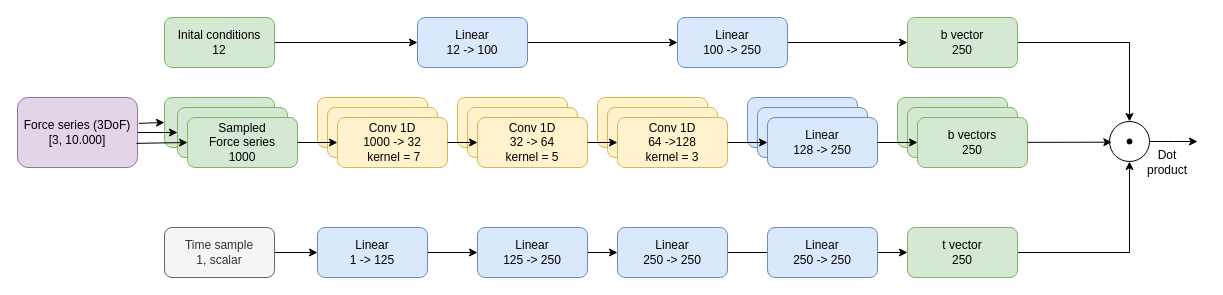
Above: report/images/diagrams/3dof_mionet.drawio in AAg-Allseas/MSc_thesis (draw.io), before the change. Source tidied: cells renumbered, new cells numbered last; positions are measured from the earlier drawing's top-left corner, leaving out a move shared by most shapes. Both pictures are drawn from the tidied source at 100%, with x=0, y=0 at pixel (17, 17).
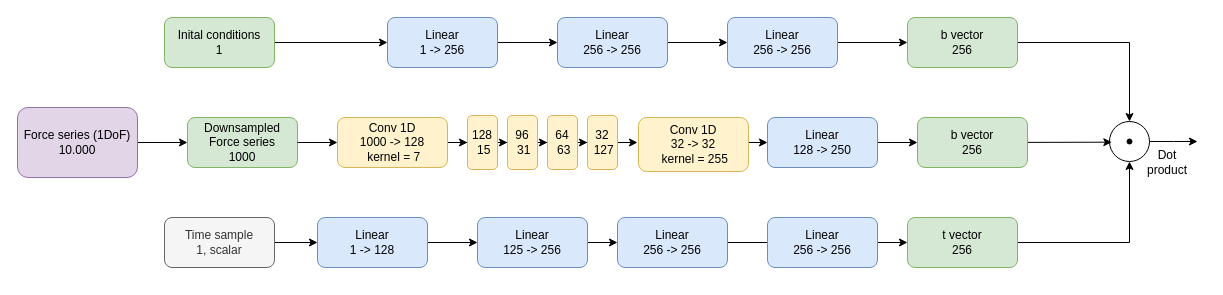
Above is the later version.

The change refers to these unchanged cells:
```xml
<mxCell id="48" style="ellipse;whiteSpace=wrap;html=1;" parent="46" vertex="1">
  <mxGeometry width="40" height="40" as="geometry" />
</mxCell>
```

The edit, as a diff of the source:
```diff
@@
-    <mxCell id="2" style="rounded=1;whiteSpace=wrap;html=1;fillColor=#d5e8d4;strokeColor=#82b366;" parent="1" vertex="1">
-      <mxGeometry x="147" y="80" width="110" height="50" as="geometry" />
-    </mxCell>
-    <mxCell id="3" style="rounded=1;whiteSpace=wrap;html=1;fillColor=#d5e8d4;strokeColor=#82b366;" parent="1" vertex="1">
-      <mxGeometry x="160" y="90" width="110" height="50" as="geometry" />
-    </mxCell>
-    <mxCell id="4" value="Sampled&lt;br&gt;Force series&lt;br&gt;1000" style="rounded=1;whiteSpace=wrap;html=1;fillColor=#d5e8d4;strokeColor=#82b366;" parent="1" vertex="1">
+    <mxCell id="4" value="Downsampled&lt;br&gt;Force series&lt;br&gt;1000" style="rounded=1;whiteSpace=wrap;html=1;fillColor=#d5e8d4;strokeColor=#82b366;" parent="1" vertex="1">
       <mxGeometry x="170" y="100" width="110" height="50" as="geometry" />
     </mxCell>
-    <mxCell id="5" style="group;fillColor=default;" parent="1" vertex="1">
-      <mxGeometry x="300" y="80" width="130" height="70" as="geometry" />
-    </mxCell>
-    <mxCell id="6" style="rounded=1;whiteSpace=wrap;html=1;fillColor=#fff2cc;strokeColor=#d6b656;" parent="5" vertex="1">
-      <mxGeometry width="110" height="50" as="geometry" />
-    </mxCell>
-    <mxCell id="7" style="rounded=1;whiteSpace=wrap;html=1;fillColor=#fff2cc;strokeColor=#d6b656;" parent="5" vertex="1">
-      <mxGeometry x="10" y="10" width="110" height="50" as="geometry" />
-    </mxCell>
-    <mxCell id="8" value="Conv 1D&lt;br&gt;1000 -&amp;gt; 32&lt;br&gt;&amp;nbsp;kernel = 7" style="rounded=1;whiteSpace=wrap;html=1;fillColor=#fff2cc;strokeColor=#d6b656;" parent="5" vertex="1">
-      <mxGeometry x="20" y="20" width="110" height="50" as="geometry" />
-    </mxCell>
-    <mxCell id="9" style="group;" parent="1" vertex="1">
-      <mxGeometry x="440" y="80" width="130" height="70" as="geometry" />
-    </mxCell>
-    <mxCell id="10" style="rounded=1;whiteSpace=wrap;html=1;fillColor=#fff2cc;strokeColor=#d6b656;" parent="9" vertex="1">
-      <mxGeometry width="110" height="50" as="geometry" />
-    </mxCell>
-    <mxCell id="11" style="rounded=1;whiteSpace=wrap;html=1;fillColor=#fff2cc;strokeColor=#d6b656;" parent="9" vertex="1">
-      <mxGeometry x="10" y="10" width="110" height="50" as="geometry" />
-    </mxCell>
-    <mxCell id="12" value="Conv 1D&lt;br&gt;32 -&amp;gt; 64&lt;br&gt;kernel = 5" style="rounded=1;whiteSpace=wrap;html=1;fillColor=#fff2cc;strokeColor=#d6b656;" parent="9" vertex="1">
-      <mxGeometry x="20" y="20" width="110" height="50" as="geometry" />
-    </mxCell>
-    <mxCell id="13" style="group;" parent="1" vertex="1">
-      <mxGeometry x="580" y="80" width="130" height="70" as="geometry" />
-    </mxCell>
-    <mxCell id="14" style="rounded=1;whiteSpace=wrap;html=1;fillColor=#fff2cc;strokeColor=#d6b656;" parent="13" vertex="1">
-      <mxGeometry width="110" height="50" as="geometry" />
-    </mxCell>
-    <mxCell id="15" style="rounded=1;whiteSpace=wrap;html=1;fillColor=#fff2cc;strokeColor=#d6b656;" parent="13" vertex="1">
-      <mxGeometry x="10" y="10" width="110" height="50" as="geometry" />
-    </mxCell>
-    <mxCell id="16" value="Conv 1D&lt;br&gt;64 -&amp;gt;128&lt;br&gt;kernel = 3" style="rounded=1;whiteSpace=wrap;html=1;fillColor=#fff2cc;strokeColor=#d6b656;" parent="13" vertex="1">
-      <mxGeometry x="20" y="20" width="110" height="50" as="geometry" />
-    </mxCell>
-    <mxCell id="17" style="group;" parent="1" vertex="1">
-      <mxGeometry x="730" y="80" width="130" height="70" as="geometry" />
-    </mxCell>
-    <mxCell id="18" style="rounded=1;whiteSpace=wrap;html=1;fillColor=#dae8fc;strokeColor=#6c8ebf;" parent="17" vertex="1">
-      <mxGeometry width="110" height="50" as="geometry" />
-    </mxCell>
-    <mxCell id="19" style="rounded=1;whiteSpace=wrap;html=1;fillColor=#dae8fc;strokeColor=#6c8ebf;" parent="17" vertex="1">
-      <mxGeometry x="10" y="10" width="110" height="50" as="geometry" />
-    </mxCell>
-    <mxCell id="20" value="Linear&lt;br&gt;128 -&amp;gt; 250" style="rounded=1;whiteSpace=wrap;html=1;fillColor=#dae8fc;strokeColor=#6c8ebf;" parent="17" vertex="1">
-      <mxGeometry x="20" y="20" width="110" height="50" as="geometry" />
-    </mxCell>
-    <mxCell id="21" style="group;" parent="1" vertex="1">
-      <mxGeometry x="880" y="80" width="130" height="70" as="geometry" />
-    </mxCell>
-    <mxCell id="22" style="rounded=1;whiteSpace=wrap;html=1;fillColor=#d5e8d4;strokeColor=#82b366;" parent="21" vertex="1">
-      <mxGeometry width="110" height="50" as="geometry" />
-    </mxCell>
-    <mxCell id="23" style="rounded=1;whiteSpace=wrap;html=1;fillColor=#d5e8d4;strokeColor=#82b366;" parent="21" vertex="1">
-      <mxGeometry x="10" y="10" width="110" height="50" as="geometry" />
-    </mxCell>
-    <mxCell id="24" value="b vectors&lt;br&gt;250" style="rounded=1;whiteSpace=wrap;html=1;fillColor=#d5e8d4;strokeColor=#82b366;" parent="21" vertex="1">
-      <mxGeometry x="20" y="20" width="110" height="50" as="geometry" />
-    </mxCell>
@@
-    <mxCell id="26" value="Inital conditions&lt;br&gt;12" style="rounded=1;whiteSpace=wrap;html=1;fillColor=#d5e8d4;strokeColor=#82b366;" parent="1" vertex="1">
+    <mxCell id="26" value="Inital conditions&lt;br&gt;1" style="rounded=1;whiteSpace=wrap;html=1;fillColor=#d5e8d4;strokeColor=#82b366;" parent="1" vertex="1">
       <mxGeometry x="147" width="110" height="50" as="geometry" />
     </mxCell>
@@
-    <mxCell id="28" value="Linear&lt;br&gt;100 -&amp;gt; 250" style="rounded=1;whiteSpace=wrap;html=1;fillColor=#dae8fc;strokeColor=#6c8ebf;" parent="1" vertex="1">
-      <mxGeometry x="660" width="110" height="50" as="geometry" />
+    <mxCell id="28" value="Linear&lt;br&gt;256 -&amp;gt; 256" style="rounded=1;whiteSpace=wrap;html=1;fillColor=#dae8fc;strokeColor=#6c8ebf;" parent="1" vertex="1">
+      <mxGeometry x="710" width="110" height="50" as="geometry" />
     </mxCell>
@@
-    <mxCell id="30" value="b vector&lt;br&gt;250" style="rounded=1;whiteSpace=wrap;html=1;fillColor=#d5e8d4;strokeColor=#82b366;" parent="1" vertex="1">
+    <mxCell id="30" value="b vector&lt;br&gt;256" style="rounded=1;whiteSpace=wrap;html=1;fillColor=#d5e8d4;strokeColor=#82b366;" parent="1" vertex="1">
       <mxGeometry x="890" width="110" height="50" as="geometry" />
     </mxCell>
-    <mxCell id="31" style="edgeStyle=none;rounded=0;jettySize=auto;html=1;exitX=1;exitY=0.5;exitDx=0;exitDy=0;" parent="1" edge="1" source="8" target="12">
-      <mxGeometry relative="1" as="geometry" />
-    </mxCell>
-    <mxCell id="32" style="edgeStyle=none;rounded=0;jettySize=auto;html=1;exitX=1;exitY=0.5;exitDx=0;exitDy=0;" parent="1" edge="1" source="12" target="16">
-      <mxGeometry relative="1" as="geometry" />
-    </mxCell>
-    <mxCell id="33" style="edgeStyle=none;rounded=0;jettySize=auto;html=1;" parent="1" edge="1" source="16" target="20">
-      <mxGeometry relative="1" as="geometry" />
+    <mxCell id="33" style="edgeStyle=none;rounded=0;jettySize=auto;html=1;" parent="1" edge="1" target="20">
+      <mxGeometry relative="1" as="geometry">
+        <mxPoint x="710" y="125" as="sourcePoint" />
+      </mxGeometry>
     </mxCell>
-    <mxCell id="34" style="edgeStyle=none;rounded=0;jettySize=auto;html=1;entryX=0;entryY=0.5;entryDx=0;entryDy=0;" parent="1" edge="1" source="20" target="24">
-      <mxGeometry relative="1" as="geometry" />
+    <mxCell id="34" style="edgeStyle=none;rounded=0;jettySize=auto;html=1;entryX=0;entryY=0.5;entryDx=0;entryDy=0;" parent="1" edge="1" source="20">
+      <mxGeometry relative="1" as="geometry">
+        <mxPoint x="900" y="125" as="targetPoint" />
+      </mxGeometry>
     </mxCell>
@@
     <mxCell id="37" value="Time sample&lt;br&gt;1, scalar" style="rounded=1;whiteSpace=wrap;html=1;fillColor=#f5f5f5;fontColor=#333333;strokeColor=#666666;" parent="1" vertex="1">
-      <mxGeometry x="147" y="210" width="110" height="50" as="geometry" />
+      <mxGeometry x="147" y="200" width="110" height="50" as="geometry" />
     </mxCell>
@@
-    <mxCell id="39" value="Linear&lt;br&gt;1 -&amp;gt; 125" style="rounded=1;whiteSpace=wrap;html=1;fillColor=#dae8fc;strokeColor=#6c8ebf;" parent="1" vertex="1">
-      <mxGeometry x="300" y="210" width="110" height="50" as="geometry" />
+    <mxCell id="39" value="Linear&lt;br&gt;1 -&amp;gt; 128" style="rounded=1;whiteSpace=wrap;html=1;fillColor=#dae8fc;strokeColor=#6c8ebf;" parent="1" vertex="1">
+      <mxGeometry x="300" y="200" width="110" height="50" as="geometry" />
     </mxCell>
@@
-    <mxCell id="41" value="Linear&lt;br&gt;125 -&amp;gt; 250" style="rounded=1;whiteSpace=wrap;html=1;fillColor=#dae8fc;strokeColor=#6c8ebf;" parent="1" vertex="1">
-      <mxGeometry x="460" y="210" width="110" height="50" as="geometry" />
+    <mxCell id="41" value="Linear&lt;br&gt;125 -&amp;gt; 256" style="rounded=1;whiteSpace=wrap;html=1;fillColor=#dae8fc;strokeColor=#6c8ebf;" parent="1" vertex="1">
+      <mxGeometry x="460" y="200" width="110" height="50" as="geometry" />
     </mxCell>
@@
-    <mxCell id="43" value="Linear&lt;br&gt;250 -&amp;gt; 250" style="rounded=1;whiteSpace=wrap;html=1;fillColor=#dae8fc;strokeColor=#6c8ebf;" parent="1" vertex="1">
-      <mxGeometry x="600" y="210" width="110" height="50" as="geometry" />
+    <mxCell id="43" value="Linear&lt;br&gt;256 -&amp;gt; 256" style="rounded=1;whiteSpace=wrap;html=1;fillColor=#dae8fc;strokeColor=#6c8ebf;" parent="1" vertex="1">
+      <mxGeometry x="600" y="200" width="110" height="50" as="geometry" />
     </mxCell>
@@
-    <mxCell id="45" value="t vector&lt;br&gt;250" style="rounded=1;whiteSpace=wrap;html=1;fillColor=#d5e8d4;strokeColor=#82b366;" parent="1" vertex="1">
-      <mxGeometry x="890" y="210" width="110" height="50" as="geometry" />
+    <mxCell id="45" value="t vector&lt;br&gt;256" style="rounded=1;whiteSpace=wrap;html=1;fillColor=#d5e8d4;strokeColor=#82b366;" parent="1" vertex="1">
+      <mxGeometry x="890" y="200" width="110" height="50" as="geometry" />
     </mxCell>
@@
-    <mxCell id="50" style="edgeStyle=none;rounded=0;jettySize=auto;html=1;entryX=0.058;entryY=0.517;entryDx=0;entryDy=0;entryPerimeter=0;" parent="1" edge="1" source="24" target="48">
-      <mxGeometry relative="1" as="geometry" />
+    <mxCell id="50" style="edgeStyle=none;rounded=0;jettySize=auto;html=1;entryX=0.058;entryY=0.517;entryDx=0;entryDy=0;entryPerimeter=0;" parent="1" edge="1" target="48">
+      <mxGeometry relative="1" as="geometry">
+        <mxPoint x="1010" y="124.9" as="sourcePoint" />
+      </mxGeometry>
     </mxCell>
+    <mxCell id="54" style="edgeStyle=orthogonalEdgeStyle;rounded=0;jettySize=auto;html=1;exitX=1;exitY=0.5;exitDx=0;exitDy=0;entryX=0;entryY=0.5;entryDx=0;entryDy=0;" parent="1" edge="1" source="51" target="4">
+      <mxGeometry relative="1" as="geometry" />
+    </mxCell>
-    <mxCell id="51" value="Force series (3DoF)&lt;br&gt;[3, 10.000]" style="rounded=1;whiteSpace=wrap;html=1;fillColor=#e1d5e7;strokeColor=#9673a6;" parent="1" vertex="1">
-      <mxGeometry y="80" width="120" height="70" as="geometry" />
+    <mxCell id="51" value="Force series (1DoF)&lt;br&gt;10.000" style="rounded=1;whiteSpace=wrap;html=1;fillColor=#e1d5e7;strokeColor=#9673a6;" parent="1" vertex="1">
+      <mxGeometry y="90" width="120" height="70" as="geometry" />
     </mxCell>
-    <mxCell id="52" style="edgeStyle=none;jettySize=auto;html=1;rounded=0;exitX=1.012;exitY=0.369;exitDx=0;exitDy=0;exitPerimeter=0;entryX=0;entryY=0.5;entryDx=0;entryDy=0;" parent="1" edge="1" source="51" target="2">
-      <mxGeometry relative="1" as="geometry" />
-    </mxCell>
-    <mxCell id="53" style="edgeStyle=none;jettySize=auto;html=1;rounded=0;entryX=0;entryY=0.5;entryDx=0;entryDy=0;exitX=1;exitY=0.5;exitDx=0;exitDy=0;" parent="1" edge="1" source="51" target="3">
-      <mxGeometry relative="1" as="geometry" />
-    </mxCell>
-    <mxCell id="54" style="edgeStyle=none;jettySize=auto;html=1;rounded=0;entryX=0;entryY=0.5;entryDx=0;entryDy=0;exitX=0.992;exitY=0.655;exitDx=0;exitDy=0;exitPerimeter=0;" parent="1" edge="1" source="51" target="4">
-      <mxGeometry relative="1" as="geometry" />
-    </mxCell>
@@
-    <mxCell id="56" style="edgeStyle=orthogonalEdgeStyle;rounded=0;jettySize=auto;html=1;entryX=0;entryY=0.5;entryDx=0;entryDy=0;" parent="1" edge="1" source="57" target="28">
-      <mxGeometry relative="1" as="geometry" />
-    </mxCell>
+    <mxCell id="59" style="edgeStyle=orthogonalEdgeStyle;rounded=0;jettySize=auto;html=1;entryX=0;entryY=0.5;entryDx=0;entryDy=0;" parent="1" edge="1" source="57" target="72">
+      <mxGeometry relative="1" as="geometry" />
+    </mxCell>
-    <mxCell id="57" value="Linear&lt;br&gt;12 -&amp;gt; 100" style="rounded=1;whiteSpace=wrap;html=1;fillColor=#dae8fc;strokeColor=#6c8ebf;" parent="1" vertex="1">
-      <mxGeometry x="400" width="110" height="50" as="geometry" />
+    <mxCell id="57" value="Linear&lt;br&gt;1 -&amp;gt; 256" style="rounded=1;whiteSpace=wrap;html=1;fillColor=#dae8fc;strokeColor=#6c8ebf;" parent="1" vertex="1">
+      <mxGeometry x="370" width="110" height="50" as="geometry" />
     </mxCell>
-    <mxCell id="58" value="Linear&lt;br&gt;250 -&amp;gt; 250" style="rounded=1;whiteSpace=wrap;html=1;fillColor=#dae8fc;strokeColor=#6c8ebf;" parent="1" vertex="1">
-      <mxGeometry x="750" y="210" width="110" height="50" as="geometry" />
+    <mxCell id="58" value="Linear&lt;br&gt;256 -&amp;gt; 256" style="rounded=1;whiteSpace=wrap;html=1;fillColor=#dae8fc;strokeColor=#6c8ebf;" parent="1" vertex="1">
+      <mxGeometry x="750" y="200" width="110" height="50" as="geometry" />
     </mxCell>
+    <mxCell id="60" style="edgeStyle=orthogonalEdgeStyle;rounded=0;jettySize=auto;html=1;entryX=0;entryY=0.5;entryDx=0;entryDy=0;" parent="1" edge="1" source="8" target="67">
+      <mxGeometry relative="1" as="geometry" />
+    </mxCell>
+    <mxCell id="8" value="Conv 1D&lt;br&gt;1000 -&amp;gt; 128&lt;br&gt;&amp;nbsp;kernel = 7" style="rounded=1;whiteSpace=wrap;html=1;fillColor=#fff2cc;strokeColor=#d6b656;" parent="1" vertex="1">
+      <mxGeometry x="320" y="100" width="110" height="50" as="geometry" />
+    </mxCell>
+    <mxCell id="20" value="Linear&lt;br&gt;128 -&amp;gt; 250" style="rounded=1;whiteSpace=wrap;html=1;fillColor=#dae8fc;strokeColor=#6c8ebf;" parent="1" vertex="1">
+      <mxGeometry x="750" y="100" width="110" height="50" as="geometry" />
+    </mxCell>
+    <mxCell id="61" value="Conv 1D&lt;br&gt;32 -&amp;gt; 32&lt;br&gt;&amp;nbsp;kernel = 255" style="rounded=1;whiteSpace=wrap;html=1;fillColor=#fff2cc;strokeColor=#d6b656;" parent="1" vertex="1">
+      <mxGeometry x="621" y="100" width="110" height="54" as="geometry" />
+    </mxCell>
+    <mxCell id="62" style="group;" parent="1" vertex="1">
+      <mxGeometry x="450" y="98" width="150" height="54" as="geometry" />
+    </mxCell>
+    <mxCell id="63" style="edgeStyle=orthogonalEdgeStyle;rounded=0;jettySize=auto;html=1;entryX=0;entryY=0.5;entryDx=0;entryDy=0;" parent="62" edge="1" source="67" target="68">
+      <mxGeometry relative="1" as="geometry" />
+    </mxCell>
+    <mxCell id="64" style="edgeStyle=orthogonalEdgeStyle;rounded=0;jettySize=auto;html=1;entryX=0;entryY=0.5;entryDx=0;entryDy=0;" parent="62" edge="1" source="68" target="69">
+      <mxGeometry relative="1" as="geometry" />
+    </mxCell>
+    <mxCell id="65" style="edgeStyle=orthogonalEdgeStyle;rounded=0;jettySize=auto;html=1;" parent="62" edge="1" source="70">
+      <mxGeometry relative="1" as="geometry">
+        <mxPoint x="170" y="27" as="targetPoint" />
+      </mxGeometry>
+    </mxCell>
+    <mxCell id="66" style="edgeStyle=orthogonalEdgeStyle;rounded=0;jettySize=auto;html=1;" parent="62" edge="1" source="69" target="70">
+      <mxGeometry relative="1" as="geometry" />
+    </mxCell>
+    <mxCell id="67" value="128&lt;br&gt;&amp;nbsp;15" style="rounded=1;whiteSpace=wrap;html=1;fillColor=#fff2cc;strokeColor=#d6b656;" parent="62" vertex="1">
+      <mxGeometry width="30" height="54" as="geometry" />
+    </mxCell>
+    <mxCell id="68" value="96&lt;br&gt;&amp;nbsp;31" style="rounded=1;whiteSpace=wrap;html=1;fillColor=#fff2cc;strokeColor=#d6b656;" parent="62" vertex="1">
+      <mxGeometry x="40" width="30" height="54" as="geometry" />
+    </mxCell>
+    <mxCell id="69" value="64&lt;br&gt;&amp;nbsp;63" style="rounded=1;whiteSpace=wrap;html=1;fillColor=#fff2cc;strokeColor=#d6b656;" parent="62" vertex="1">
+      <mxGeometry x="80" width="30" height="54" as="geometry" />
+    </mxCell>
+    <mxCell id="70" value="32&lt;br&gt;&amp;nbsp;127" style="rounded=1;whiteSpace=wrap;html=1;fillColor=#fff2cc;strokeColor=#d6b656;" parent="62" vertex="1">
+      <mxGeometry x="120" width="30" height="54" as="geometry" />
+    </mxCell>
+    <mxCell id="71" style="edgeStyle=orthogonalEdgeStyle;rounded=0;jettySize=auto;html=1;entryX=0;entryY=0.5;entryDx=0;entryDy=0;" parent="1" edge="1" source="72" target="28">
+      <mxGeometry relative="1" as="geometry" />
+    </mxCell>
+    <mxCell id="72" value="Linear&lt;br&gt;256 -&amp;gt; 256" style="rounded=1;whiteSpace=wrap;html=1;fillColor=#dae8fc;strokeColor=#6c8ebf;" parent="1" vertex="1">
+      <mxGeometry x="540" width="110" height="50" as="geometry" />
+    </mxCell>
+    <mxCell id="73" value="b vector&lt;br&gt;256" style="rounded=1;whiteSpace=wrap;html=1;fillColor=#d5e8d4;strokeColor=#82b366;" parent="1" vertex="1">
+      <mxGeometry x="900" y="100" width="110" height="50" as="geometry" />
+    </mxCell>
```
